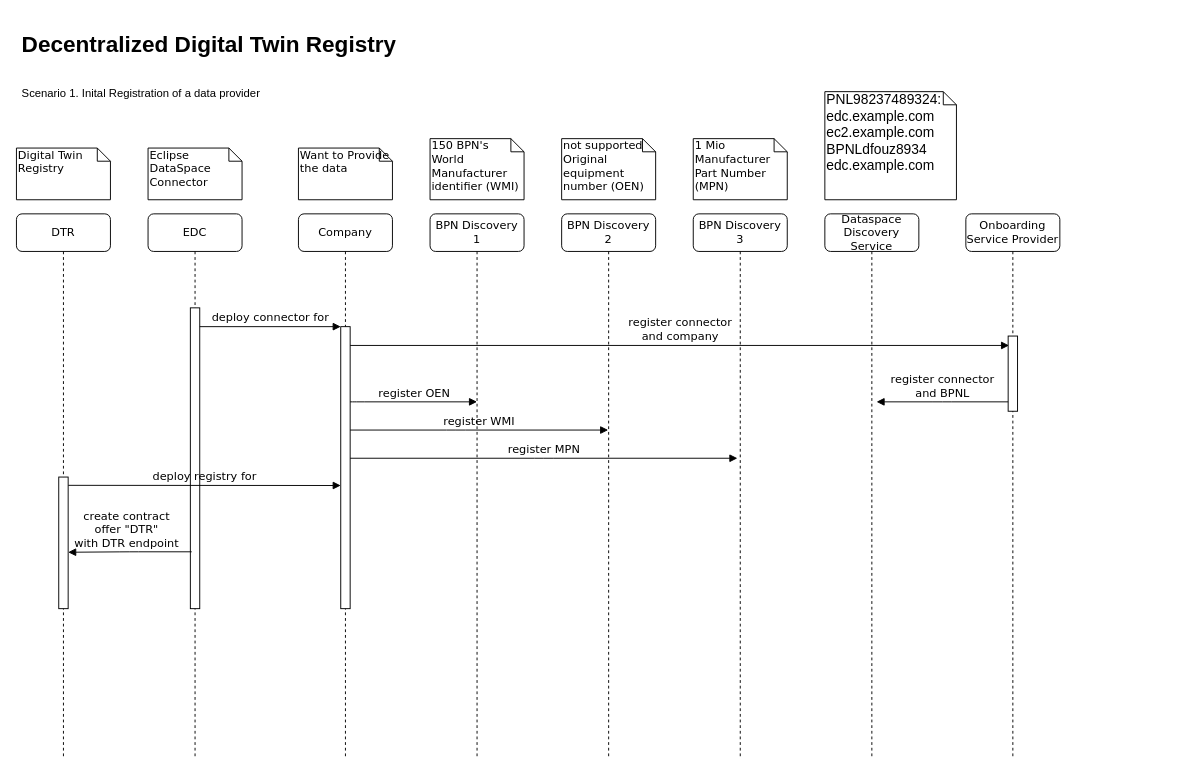
Before: docs/media/drawings/decentrilzedDTR-registrationDataProvider.drawio in eclipse-tractusx/sldt-bpn-discovery, a draw.io diagram. Source tidied: cells renumbered, new cells numbered last; positions are measured from the earlier drawing's top-left corner, leaving out a move shared by most shapes. Both pictures are drawn from the tidied source at 94%, with x=0, y=0 at pixel (16, 25).
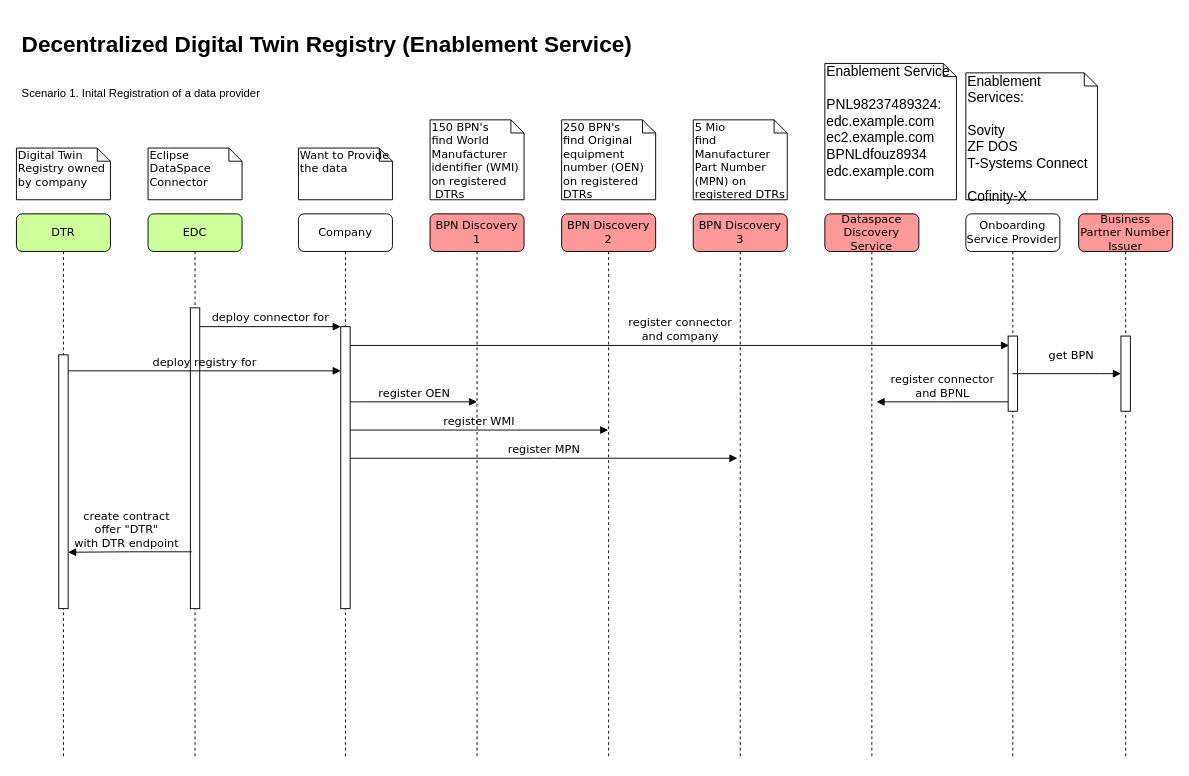
The same page after the edit.

The change refers to these unchanged cells:
```xml
<mxCell id="23" value="Onboarding Service Provider" style="shape=umlLifeline;perimeter=lifelinePerimeter;whiteSpace=wrap;html=1;outlineConnect=0;rounded=1;shadow=0;comic=0;labelBackgroundColor=none;strokeWidth=1;fontFamily=Verdana;fontSize=12;align=center;" parent="1" vertex="1">
  <mxGeometry x="1010" y="200" width="100" height="580" as="geometry" />
</mxCell>
```

The edit, as a diff of the source:
```diff
@@
-    <mxCell id="2" value="EDC" style="shape=umlLifeline;perimeter=lifelinePerimeter;whiteSpace=wrap;html=1;rounded=1;shadow=0;comic=0;labelBackgroundColor=none;strokeWidth=1;fontFamily=Verdana;fontSize=12;align=center;" parent="1" vertex="1">
+    <mxCell id="2" value="EDC" style="shape=umlLifeline;perimeter=lifelinePerimeter;whiteSpace=wrap;html=1;rounded=1;shadow=0;comic=0;labelBackgroundColor=none;strokeWidth=1;fontFamily=Verdana;fontSize=12;align=center;fillColor=#CCFF99;" parent="1" vertex="1">
       <mxGeometry x="140" y="200" width="100" height="580" as="geometry" />
     </mxCell>
@@
-    <mxCell id="6" value="BPN Discovery 1" style="shape=umlLifeline;perimeter=lifelinePerimeter;whiteSpace=wrap;html=1;rounded=1;shadow=0;comic=0;labelBackgroundColor=none;strokeWidth=1;fontFamily=Verdana;fontSize=12;align=center;" parent="1" vertex="1">
+    <mxCell id="6" value="BPN Discovery 1" style="shape=umlLifeline;perimeter=lifelinePerimeter;whiteSpace=wrap;html=1;rounded=1;shadow=0;comic=0;labelBackgroundColor=none;strokeWidth=1;fontFamily=Verdana;fontSize=12;align=center;fillColor=#FF9999;" parent="1" vertex="1">
       <mxGeometry x="440" y="200" width="100" height="580" as="geometry" />
     </mxCell>
     <mxCell id="7" value="register OEN" style="html=1;verticalAlign=bottom;endArrow=block;labelBackgroundColor=none;fontFamily=Verdana;fontSize=12;edgeStyle=elbowEdgeStyle;elbow=vertical;" parent="6" edge="1">
-      <mxGeometry relative="1" as="geometry">
+      <mxGeometry x="0.01" relative="1" as="geometry">
         <mxPoint x="-85" y="200" as="sourcePoint" />
         <mxPoint x="50" y="200" as="targetPoint" />
         <Array as="points">
           <mxPoint x="-80" y="200" />
         </Array>
       </mxGeometry>
     </mxCell>
-    <mxCell id="8" value="BPN Discovery 2" style="shape=umlLifeline;perimeter=lifelinePerimeter;whiteSpace=wrap;html=1;outlineConnect=0;rounded=1;shadow=0;comic=0;labelBackgroundColor=none;strokeWidth=1;fontFamily=Verdana;fontSize=12;align=center;" parent="1" vertex="1">
+    <mxCell id="8" value="BPN Discovery 2" style="shape=umlLifeline;perimeter=lifelinePerimeter;whiteSpace=wrap;html=1;outlineConnect=0;rounded=1;shadow=0;comic=0;labelBackgroundColor=none;strokeWidth=1;fontFamily=Verdana;fontSize=12;align=center;fillColor=#FF9999;" parent="1" vertex="1">
       <mxGeometry x="580" y="200" width="100" height="580" as="geometry" />
     </mxCell>
-    <mxCell id="9" value="BPN Discovery 3" style="shape=umlLifeline;perimeter=lifelinePerimeter;whiteSpace=wrap;html=1;rounded=1;shadow=0;comic=0;labelBackgroundColor=none;strokeWidth=1;fontFamily=Verdana;fontSize=12;align=center;" parent="1" vertex="1">
+    <mxCell id="9" value="BPN Discovery 3" style="shape=umlLifeline;perimeter=lifelinePerimeter;whiteSpace=wrap;html=1;rounded=1;shadow=0;comic=0;labelBackgroundColor=none;strokeWidth=1;fontFamily=Verdana;fontSize=12;align=center;fillColor=#FF9999;" parent="1" vertex="1">
       <mxGeometry x="720" y="200" width="100" height="580" as="geometry" />
     </mxCell>
-    <mxCell id="10" value="Dataspace Discovery Service" style="shape=umlLifeline;perimeter=lifelinePerimeter;whiteSpace=wrap;html=1;rounded=1;shadow=0;comic=0;labelBackgroundColor=none;strokeWidth=1;fontFamily=Verdana;fontSize=12;align=center;" parent="1" vertex="1">
+    <mxCell id="10" value="Dataspace Discovery Service" style="shape=umlLifeline;perimeter=lifelinePerimeter;whiteSpace=wrap;html=1;rounded=1;shadow=0;comic=0;labelBackgroundColor=none;strokeWidth=1;fontFamily=Verdana;fontSize=12;align=center;fillColor=#FF9999;" parent="1" vertex="1">
       <mxGeometry x="860" y="200" width="100" height="580" as="geometry" />
     </mxCell>
-    <mxCell id="11" value="DTR" style="shape=umlLifeline;perimeter=lifelinePerimeter;whiteSpace=wrap;html=1;rounded=1;shadow=0;comic=0;labelBackgroundColor=none;strokeWidth=1;fontFamily=Verdana;fontSize=12;align=center;" parent="1" vertex="1">
+    <mxCell id="11" value="DTR" style="shape=umlLifeline;perimeter=lifelinePerimeter;whiteSpace=wrap;html=1;rounded=1;shadow=0;comic=0;labelBackgroundColor=none;strokeWidth=1;fontFamily=Verdana;fontSize=12;align=center;fillColor=#CCFF99;" parent="1" vertex="1">
       <mxGeometry y="200" width="100" height="580" as="geometry" />
     </mxCell>
     <mxCell id="12" style="html=1;points=[];perimeter=orthogonalPerimeter;rounded=0;shadow=0;comic=0;labelBackgroundColor=none;strokeWidth=1;fontFamily=Verdana;fontSize=12;align=center;" parent="11" vertex="1">
-      <mxGeometry x="45" y="280" width="10" height="140" as="geometry" />
+      <mxGeometry x="45" y="150" width="10" height="270" as="geometry" />
     </mxCell>
@@
-    <mxCell id="15" value="Digital Twin Registry" style="shape=note;whiteSpace=wrap;html=1;size=14;verticalAlign=top;align=left;spacingTop=-6;rounded=0;shadow=0;comic=0;labelBackgroundColor=none;strokeWidth=1;fontFamily=Verdana;fontSize=12;" parent="1" vertex="1">
+    <mxCell id="15" value="Digital Twin Registry owned by company" style="shape=note;whiteSpace=wrap;html=1;size=14;verticalAlign=top;align=left;spacingTop=-6;rounded=0;shadow=0;comic=0;labelBackgroundColor=none;strokeWidth=1;fontFamily=Verdana;fontSize=12;" parent="1" vertex="1">
       <mxGeometry y="130" width="100" height="55" as="geometry" />
     </mxCell>
@@
-    <mxCell id="18" value="150 BPN's&lt;br&gt;World Manufacturer identifier (WMI)" style="shape=note;whiteSpace=wrap;html=1;size=14;verticalAlign=top;align=left;spacingTop=-6;rounded=0;shadow=0;comic=0;labelBackgroundColor=none;strokeWidth=1;fontFamily=Verdana;fontSize=12;" parent="1" vertex="1">
-      <mxGeometry x="440" y="120" width="100" height="65" as="geometry" />
+    <mxCell id="18" value="150 BPN's&lt;br&gt;find World Manufacturer identifier (WMI) on registered &amp;nbsp;DTRs" style="shape=note;whiteSpace=wrap;html=1;size=14;verticalAlign=top;align=left;spacingTop=-6;rounded=0;shadow=0;comic=0;labelBackgroundColor=none;strokeWidth=1;fontFamily=Verdana;fontSize=12;" parent="1" vertex="1">
+      <mxGeometry x="440" y="100" width="100" height="85" as="geometry" />
     </mxCell>
-    <mxCell id="19" value="not supported&lt;br&gt;Original equipment number (OEN)" style="shape=note;whiteSpace=wrap;html=1;size=14;verticalAlign=top;align=left;spacingTop=-6;rounded=0;shadow=0;comic=0;labelBackgroundColor=none;strokeWidth=1;fontFamily=Verdana;fontSize=12;" parent="1" vertex="1">
-      <mxGeometry x="580" y="120" width="100" height="65" as="geometry" />
+    <mxCell id="19" value="250 BPN's&lt;br&gt;find Original equipment number (OEN) on registered DTRs" style="shape=note;whiteSpace=wrap;html=1;size=14;verticalAlign=top;align=left;spacingTop=-6;rounded=0;shadow=0;comic=0;labelBackgroundColor=none;strokeWidth=1;fontFamily=Verdana;fontSize=12;" parent="1" vertex="1">
+      <mxGeometry x="580" y="100" width="100" height="85" as="geometry" />
     </mxCell>
-    <mxCell id="20" value="1 Mio&lt;br&gt;Manufacturer Part Number (MPN)" style="shape=note;whiteSpace=wrap;html=1;size=14;verticalAlign=top;align=left;spacingTop=-6;rounded=0;shadow=0;comic=0;labelBackgroundColor=none;strokeWidth=1;fontFamily=Verdana;fontSize=12;" parent="1" vertex="1">
-      <mxGeometry x="720" y="120" width="100" height="65" as="geometry" />
+    <mxCell id="20" value="5 Mio&lt;br&gt;find Manufacturer Part Number (MPN) on registered DTRs" style="shape=note;whiteSpace=wrap;html=1;size=14;verticalAlign=top;align=left;spacingTop=-6;rounded=0;shadow=0;comic=0;labelBackgroundColor=none;strokeWidth=1;fontFamily=Verdana;fontSize=12;" parent="1" vertex="1">
+      <mxGeometry x="720" y="100" width="100" height="85" as="geometry" />
     </mxCell>
-    <mxCell id="21" value="&lt;p style=&quot;margin: 0in; font-family: Calibri; font-size: 11pt;&quot; lang=&quot;de&quot;&gt;PNL98237489324: edc.example.com ec2.example.com&amp;nbsp;&amp;nbsp;&lt;/p&gt;&lt;p style=&quot;margin: 0in; font-family: Calibri; font-size: 11pt;&quot; lang=&quot;de&quot;&gt;BPNLdfouz8934&lt;/p&gt;&lt;p style=&quot;margin: 0in; font-family: Calibri; font-size: 11pt;&quot; lang=&quot;de&quot;&gt;edc.example.com&lt;/p&gt;" style="shape=note;whiteSpace=wrap;html=1;size=14;verticalAlign=top;align=left;spacingTop=-6;rounded=0;shadow=0;comic=0;labelBackgroundColor=none;strokeWidth=1;fontFamily=Verdana;fontSize=12;" parent="1" vertex="1">
-      <mxGeometry x="860" y="70" width="140" height="115" as="geometry" />
+    <mxCell id="21" value="&lt;p style=&quot;margin: 0in; font-family: Calibri; font-size: 11pt;&quot; lang=&quot;de&quot;&gt;Enablement Service&lt;/p&gt;&lt;p style=&quot;margin: 0in; font-family: Calibri; font-size: 11pt;&quot; lang=&quot;de&quot;&gt;&lt;br&gt;&lt;/p&gt;&lt;p style=&quot;margin: 0in; font-family: Calibri; font-size: 11pt;&quot; lang=&quot;de&quot;&gt;PNL98237489324: edc.example.com ec2.example.com&amp;nbsp;&amp;nbsp;&lt;/p&gt;&lt;p style=&quot;margin: 0in; font-family: Calibri; font-size: 11pt;&quot; lang=&quot;de&quot;&gt;BPNLdfouz8934&lt;/p&gt;&lt;p style=&quot;margin: 0in; font-family: Calibri; font-size: 11pt;&quot; lang=&quot;de&quot;&gt;edc.example.com&lt;/p&gt;" style="shape=note;whiteSpace=wrap;html=1;size=14;verticalAlign=top;align=left;spacingTop=-6;rounded=0;shadow=0;comic=0;labelBackgroundColor=none;strokeWidth=1;fontFamily=Verdana;fontSize=12;" parent="1" vertex="1">
+      <mxGeometry x="860" y="40" width="140" height="145" as="geometry" />
     </mxCell>
-    <mxCell id="22" value="&lt;h1&gt;Decentralized Digital Twin Registry&lt;/h1&gt;&lt;div&gt;&lt;br&gt;&lt;/div&gt;&lt;div&gt;Scenario 1. Inital Registration of a data provider&lt;br&gt;&lt;/div&gt;" style="text;html=1;strokeColor=none;fillColor=none;spacing=5;spacingTop=-20;whiteSpace=wrap;overflow=hidden;rounded=0;" parent="1" vertex="1">
-      <mxGeometry x="1" width="640" height="120" as="geometry" />
+    <mxCell id="22" value="&lt;h1&gt;Decentralized Digital Twin Registry (Enablement Service)&lt;/h1&gt;&lt;div&gt;&lt;br&gt;&lt;/div&gt;&lt;div&gt;Scenario 1. Inital Registration of a data provider&amp;nbsp;&lt;br&gt;&lt;/div&gt;" style="text;html=1;strokeColor=none;fillColor=none;spacing=5;spacingTop=-20;whiteSpace=wrap;overflow=hidden;rounded=0;" parent="1" vertex="1">
+      <mxGeometry x="1" width="769" height="120" as="geometry" />
     </mxCell>
@@
+    <mxCell id="30" value="&lt;p style=&quot;margin: 0in; font-family: Calibri; font-size: 11pt;&quot; lang=&quot;de&quot;&gt;Enablement Services:&lt;/p&gt;&lt;p style=&quot;margin: 0in; font-family: Calibri; font-size: 11pt;&quot; lang=&quot;de&quot;&gt;&lt;br&gt;&lt;/p&gt;&lt;p style=&quot;margin: 0in; font-family: Calibri; font-size: 11pt;&quot; lang=&quot;de&quot;&gt;Sovity&lt;/p&gt;&lt;p style=&quot;margin: 0in; font-family: Calibri; font-size: 11pt;&quot; lang=&quot;de&quot;&gt;ZF DOS&lt;/p&gt;&lt;p style=&quot;margin: 0in; font-family: Calibri; font-size: 11pt;&quot; lang=&quot;de&quot;&gt;T-Systems Connect&lt;/p&gt;&lt;p style=&quot;margin: 0in; font-family: Calibri; font-size: 11pt;&quot; lang=&quot;de&quot;&gt;&lt;br&gt;&lt;/p&gt;&lt;p style=&quot;margin: 0in; font-family: Calibri; font-size: 11pt;&quot; lang=&quot;de&quot;&gt;Cofinity-X&lt;/p&gt;&lt;p style=&quot;margin: 0in; font-family: Calibri; font-size: 11pt;&quot; lang=&quot;de&quot;&gt;&lt;br&gt;&lt;/p&gt;" style="shape=note;whiteSpace=wrap;html=1;size=14;verticalAlign=top;align=left;spacingTop=-6;rounded=0;shadow=0;comic=0;labelBackgroundColor=none;strokeWidth=1;fontFamily=Verdana;fontSize=12;" parent="1" vertex="1">
+      <mxGeometry x="1010" y="50" width="140" height="135" as="geometry" />
+    </mxCell>
+    <mxCell id="31" value="Business Partner Number Issuer" style="shape=umlLifeline;perimeter=lifelinePerimeter;whiteSpace=wrap;html=1;rounded=1;shadow=0;comic=0;labelBackgroundColor=none;strokeWidth=1;fontFamily=Verdana;fontSize=12;align=center;fillColor=#FF9999;" parent="1" vertex="1">
+      <mxGeometry x="1130" y="200" width="100" height="580" as="geometry" />
+    </mxCell>
+    <mxCell id="32" style="html=1;points=[];perimeter=orthogonalPerimeter;rounded=0;shadow=0;comic=0;labelBackgroundColor=none;strokeWidth=1;fontFamily=Verdana;fontSize=12;align=center;" parent="31" vertex="1">
+      <mxGeometry x="45" y="130" width="10" height="80" as="geometry" />
+    </mxCell>
+    <mxCell id="33" value="get BPN" style="html=1;verticalAlign=bottom;endArrow=block;labelBackgroundColor=none;fontFamily=Verdana;fontSize=12;edgeStyle=elbowEdgeStyle;elbow=vertical;" parent="1" edge="1" source="23" target="32">
+      <mxGeometry x="0.05" y="10" relative="1" as="geometry">
+        <mxPoint x="1" as="offset" />
+      </mxGeometry>
+    </mxCell>
```
